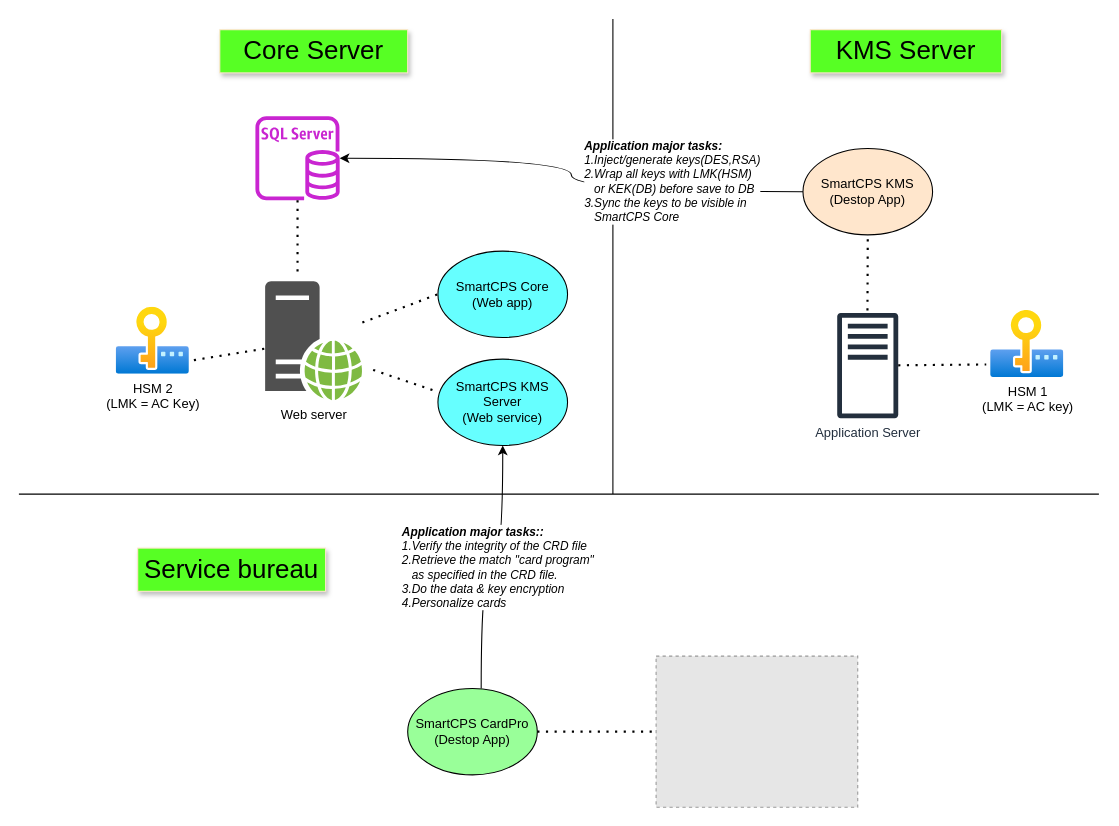
The draw.io diagram page "smartcps system overview" (2 of 2) of dz-perso-system.drawio in delphihero/MyDocument, before the edit. Source tidied: cells renumbered, new cells numbered last; positions are measured from the earlier drawing's top-left corner, leaving out a move shared by most shapes. Both pictures are drawn from the tidied source at 108%, with x=0, y=0 at pixel (18, 18). Pictures stored in the file or linked from it are replaced by grey dashed boxes.
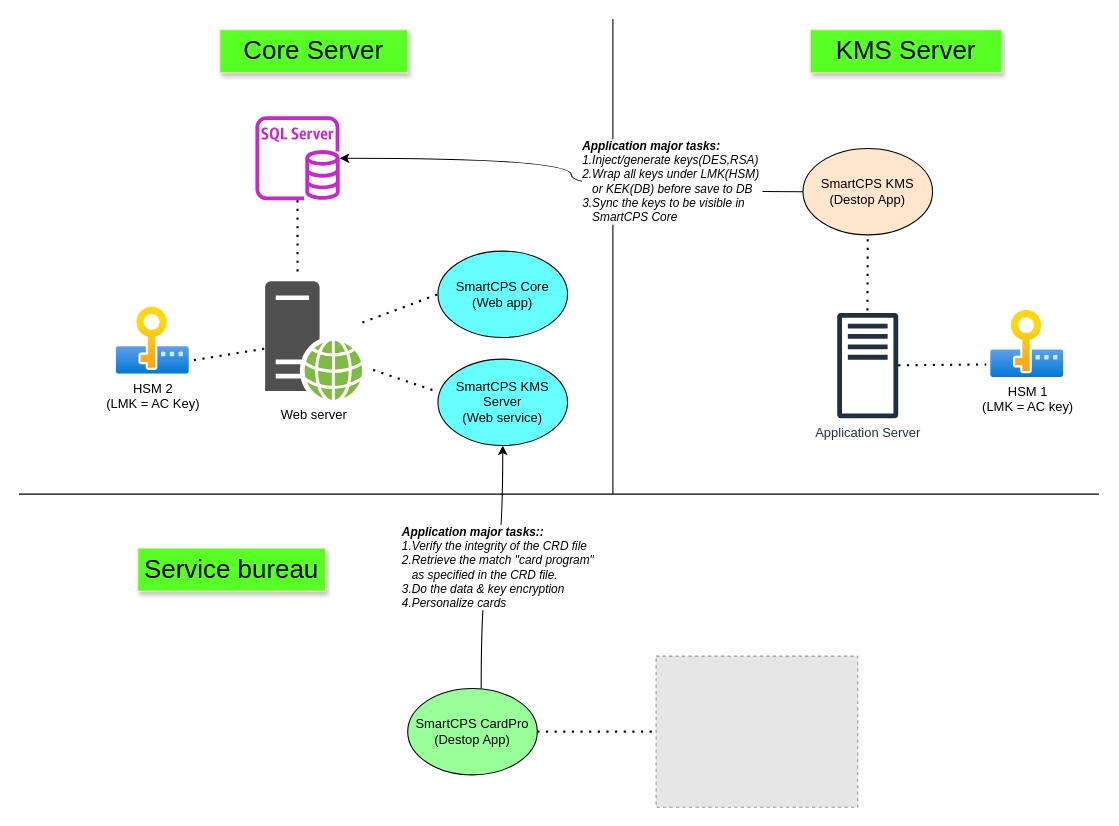
The same page after the edit.

The change refers to these unchanged cells:
```xml
<mxCell id="5" style="edgeStyle=orthogonalEdgeStyle;curved=1;rounded=0;jettySize=auto;html=1;" parent="1" edge="1" source="7" target="13">
  <mxGeometry relative="1" as="geometry" />
</mxCell>
```

Diff of the diagram source:
```diff
@@
-    <mxCell id="6" value="&lt;div&gt;&lt;div align=&quot;left&quot;&gt;&lt;i&gt;&lt;b&gt;Application major tasks:&lt;br&gt;&lt;/b&gt;&lt;/i&gt;&lt;/div&gt;&lt;div align=&quot;left&quot;&gt;&lt;i&gt;1.Inject/generate keys(DES,RSA)&lt;/i&gt;&lt;br&gt;&lt;/div&gt;&lt;div align=&quot;left&quot;&gt;&lt;i&gt;2.Wrap all keys with LMK(HSM)&amp;nbsp;&lt;/i&gt;&lt;/div&gt;&lt;div align=&quot;left&quot;&gt;&lt;i&gt;&amp;nbsp;&amp;nbsp; or KEK(DB) before save to DB&lt;/i&gt;&lt;br&gt;&lt;/div&gt;&lt;/div&gt;&lt;div align=&quot;left&quot;&gt;&lt;i&gt;3.Sync the keys to be visible in&amp;nbsp;&lt;/i&gt;&lt;/div&gt;&lt;div align=&quot;left&quot;&gt;&lt;i&gt;&amp;nbsp;&amp;nbsp; SmartCPS Core&lt;br&gt;&lt;/i&gt;&lt;/div&gt;" style="edgeLabel;html=1;align=center;verticalAlign=middle;fillColor=#FF9999;strokeColor=#000099;" parent="5" vertex="1">
+    <mxCell id="6" value="&lt;div&gt;&lt;div align=&quot;left&quot;&gt;&lt;i&gt;&lt;b&gt;Application major tasks:&lt;br&gt;&lt;/b&gt;&lt;/i&gt;&lt;/div&gt;&lt;div align=&quot;left&quot;&gt;&lt;i&gt;1.Inject/generate keys(DES,RSA)&lt;/i&gt;&lt;br&gt;&lt;/div&gt;&lt;div align=&quot;left&quot;&gt;&lt;i&gt;2.Wrap all keys under LMK(HSM)&amp;nbsp;&lt;/i&gt;&lt;/div&gt;&lt;div align=&quot;left&quot;&gt;&lt;i&gt;&amp;nbsp;&amp;nbsp; or KEK(DB) before save to DB&lt;/i&gt;&lt;br&gt;&lt;/div&gt;&lt;/div&gt;&lt;div align=&quot;left&quot;&gt;&lt;i&gt;3.Sync the keys to be visible in&amp;nbsp;&lt;/i&gt;&lt;/div&gt;&lt;div align=&quot;left&quot;&gt;&lt;i&gt;&amp;nbsp;&amp;nbsp; SmartCPS Core&lt;br&gt;&lt;/i&gt;&lt;/div&gt;" style="edgeLabel;html=1;align=center;verticalAlign=middle;fillColor=#FF9999;strokeColor=#000099;" parent="5" vertex="1">
       <mxGeometry x="-0.64" y="1" relative="1" as="geometry">
         <mxPoint x="-39" y="-11" as="offset" />
       </mxGeometry>
     </mxCell>
```
